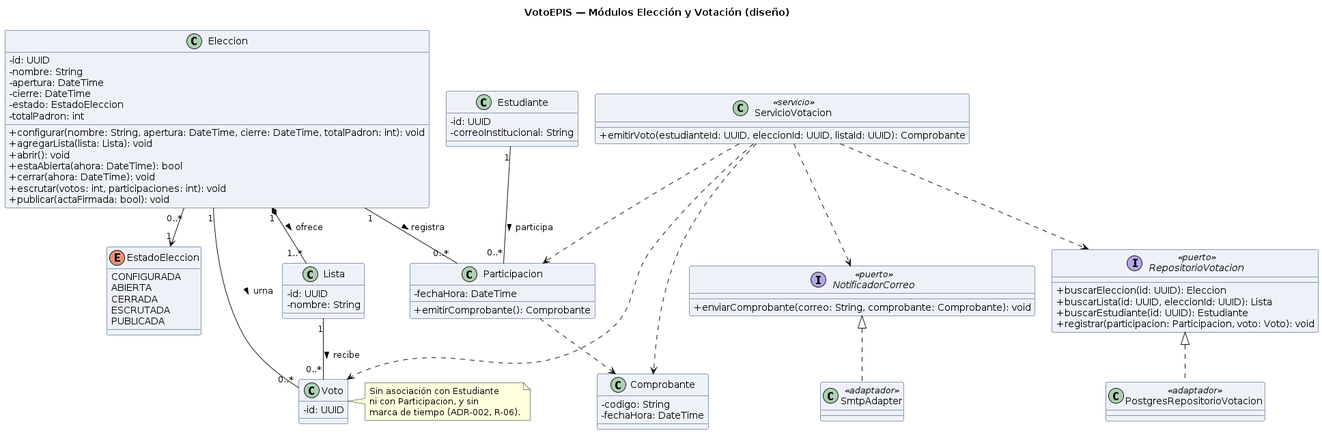
Earlier version of the PlantUML export docs/design/img/clase.png (Echo104/cs-2026b-lab04-grupo05). The source it was exported from:
```plantuml
@startuml
skinparam classAttributeIconSize 0
skinparam shadowing false
skinparam defaultFontName Arial
skinparam classBackgroundColor #EEF2F8
skinparam classBorderColor #1A3A5C
title VotoEPIS — Módulos Elección y Votación (diseño)
skinparam nodesep 25
skinparam ranksep 40

class Estudiante {
  - id: UUID
  - correoInstitucional: String
}
class Eleccion {
  - id: UUID
  - nombre: String
  - apertura: DateTime
  - cierre: DateTime
  - estado: EstadoEleccion
  - totalPadron: int
  + configurar(nombre: String, apertura: DateTime, cierre: DateTime, totalPadron: int): void
  + agregarLista(lista: Lista): void
  + abrir(): void
  + estaAbierta(ahora: DateTime): bool
  + cerrar(ahora: DateTime): void
  + escrutar(votos: int, participaciones: int): void
  + publicar(actaFirmada: bool): void
}
class Lista {
  - id: UUID
  - nombre: String
}
enum EstadoEleccion {
  CONFIGURADA
  ABIERTA
  CERRADA
  ESCRUTADA
  PUBLICADA
}
class Participacion {
  - fechaHora: DateTime
  + emitirComprobante(): Comprobante
}
class Voto {
  - id: UUID
}
class Comprobante {
  - codigo: String
  - fechaHora: DateTime
}
interface NotificadorCorreo <<puerto>> {
  + enviarComprobante(correo: String, comprobante: Comprobante): void
}
interface RepositorioVotacion <<puerto>> {
  + buscarEleccion(id: UUID): Eleccion
  + buscarLista(id: UUID, eleccionId: UUID): Lista
  + buscarEstudiante(id: UUID): Estudiante
  + registrar(participacion: Participacion, voto: Voto): void
}
class SmtpAdapter <<adaptador>>
class PostgresRepositorioVotacion <<adaptador>>
class ServicioVotacion <<servicio>> {
  + emitirVoto(estudianteId: UUID, eleccionId: UUID, listaId: UUID): Comprobante
}

Eleccion "1" *-- "1..*" Lista : ofrece >
Estudiante "1" -- "0..*" Participacion : participa >
Eleccion "1" -- "0..*" Participacion : registra >
Eleccion "1" -- "0..*" Voto : urna >
Lista "1" -- "0..*" Voto : recibe >
Eleccion "0..*" --> "1" EstadoEleccion
NotificadorCorreo <|.. SmtpAdapter
RepositorioVotacion <|.. PostgresRepositorioVotacion
Participacion ..> Comprobante
ServicioVotacion ..> Participacion
ServicioVotacion ..> Voto
ServicioVotacion ..> Comprobante
ServicioVotacion ..> RepositorioVotacion
ServicioVotacion ..> NotificadorCorreo

note right of Voto
  Sin asociación con Estudiante
  ni con Participacion, y sin
  marca de tiempo (ADR-002, R-06).
end note
@enduml
```
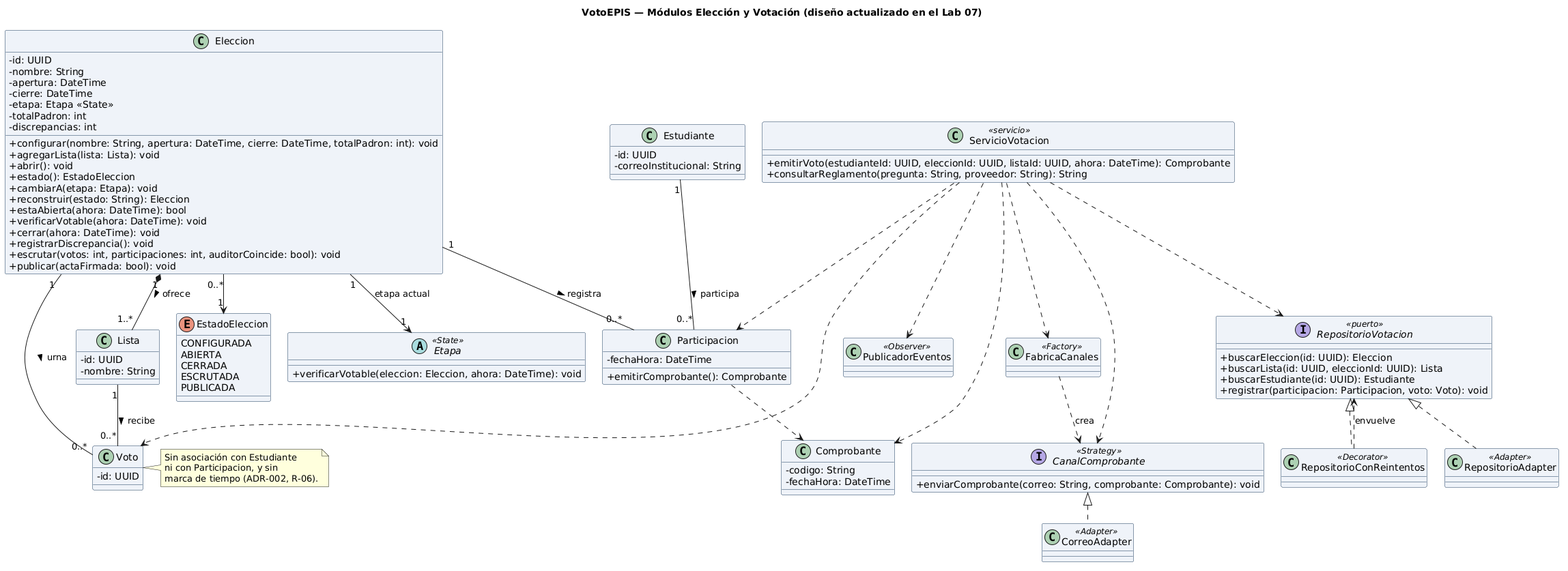
The same diagram one commit later.

Change to the diagram source:
```diff
@@ -4,7 +4,7 @@
 skinparam defaultFontName Arial
 skinparam classBackgroundColor #EEF2F8
 skinparam classBorderColor #1A3A5C
-title VotoEPIS — Módulos Elección y Votación (diseño)
+title VotoEPIS — Módulos Elección y Votación (diseño actualizado en el Lab 07)
 skinparam nodesep 25
 skinparam ranksep 40
 
@@ -17,14 +17,20 @@
   - nombre: String
   - apertura: DateTime
   - cierre: DateTime
-  - estado: EstadoEleccion
+  - etapa: Etapa <<State>>
   - totalPadron: int
+  - discrepancias: int
   + configurar(nombre: String, apertura: DateTime, cierre: DateTime, totalPadron: int): void
   + agregarLista(lista: Lista): void
   + abrir(): void
+  + estado(): EstadoEleccion
+  + cambiarA(etapa: Etapa): void
+  + reconstruir(estado: String): Eleccion
   + estaAbierta(ahora: DateTime): bool
+  + verificarVotable(ahora: DateTime): void
   + cerrar(ahora: DateTime): void
-  + escrutar(votos: int, participaciones: int): void
+  + registrarDiscrepancia(): void
+  + escrutar(votos: int, participaciones: int, auditorCoincide: bool): void
   + publicar(actaFirmada: bool): void
 }
 class Lista {
@@ -49,7 +55,7 @@
   - codigo: String
   - fechaHora: DateTime
 }
-interface NotificadorCorreo <<puerto>> {
+interface CanalComprobante <<Strategy>> {
   + enviarComprobante(correo: String, comprobante: Comprobante): void
 }
 interface RepositorioVotacion <<puerto>> {
@@ -58,10 +64,17 @@
   + buscarEstudiante(id: UUID): Estudiante
   + registrar(participacion: Participacion, voto: Voto): void
 }
-class SmtpAdapter <<adaptador>>
-class PostgresRepositorioVotacion <<adaptador>>
+class CorreoAdapter <<Adapter>>
+class RepositorioAdapter <<Adapter>>
+class RepositorioConReintentos <<Decorator>>
+class FabricaCanales <<Factory>>
+class PublicadorEventos <<Observer>>
+abstract class Etapa <<State>> {
+  + verificarVotable(eleccion: Eleccion, ahora: DateTime): void
+}
 class ServicioVotacion <<servicio>> {
-  + emitirVoto(estudianteId: UUID, eleccionId: UUID, listaId: UUID): Comprobante
+  + emitirVoto(estudianteId: UUID, eleccionId: UUID, listaId: UUID, ahora: DateTime): Comprobante
+  + consultarReglamento(pregunta: String, proveedor: String): String
 }
 
 Eleccion "1" *-- "1..*" Lista : ofrece >
@@ -70,14 +83,20 @@
 Eleccion "1" -- "0..*" Voto : urna >
 Lista "1" -- "0..*" Voto : recibe >
 Eleccion "0..*" --> "1" EstadoEleccion
-NotificadorCorreo <|.. SmtpAdapter
-RepositorioVotacion <|.. PostgresRepositorioVotacion
+CanalComprobante <|.. CorreoAdapter
+RepositorioVotacion <|.. RepositorioAdapter
+RepositorioVotacion <|.. RepositorioConReintentos
+RepositorioConReintentos ..> RepositorioVotacion : envuelve
+FabricaCanales ..> CanalComprobante : crea
+Eleccion "1" --> "1" Etapa : etapa actual
+ServicioVotacion ..> FabricaCanales
+ServicioVotacion ..> PublicadorEventos
 Participacion ..> Comprobante
 ServicioVotacion ..> Participacion
 ServicioVotacion ..> Voto
 ServicioVotacion ..> Comprobante
 ServicioVotacion ..> RepositorioVotacion
-ServicioVotacion ..> NotificadorCorreo
+ServicioVotacion ..> CanalComprobante
 
 note right of Voto
   Sin asociación con Estudiante
```
